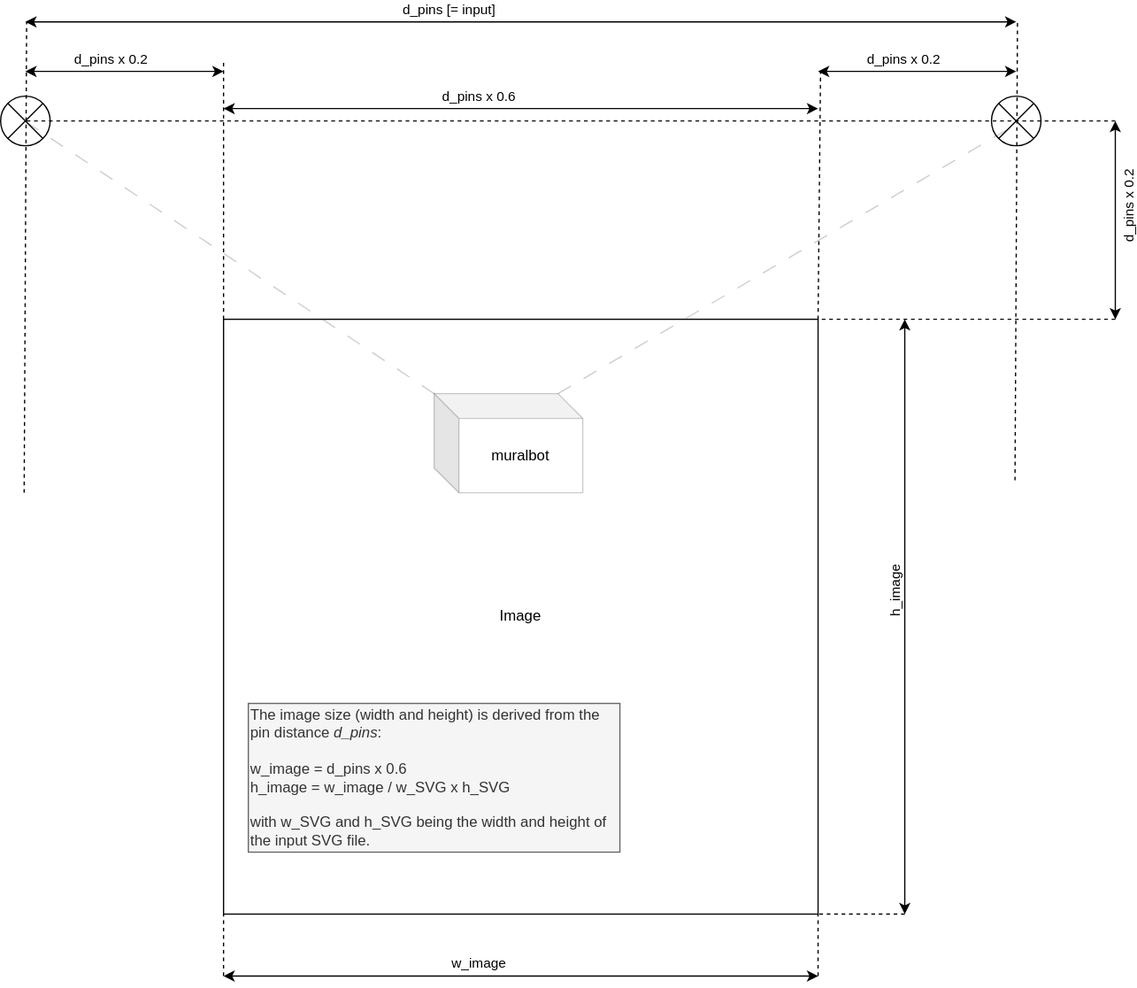
Earlier version of the draw.io export images/doc/muralbot_image_positioning.svg (nikivanov/mural). Source tidied: cells renumbered, new cells last; positions are measured from the earlier drawing's top-left corner, leaving out a move shared by most shapes.
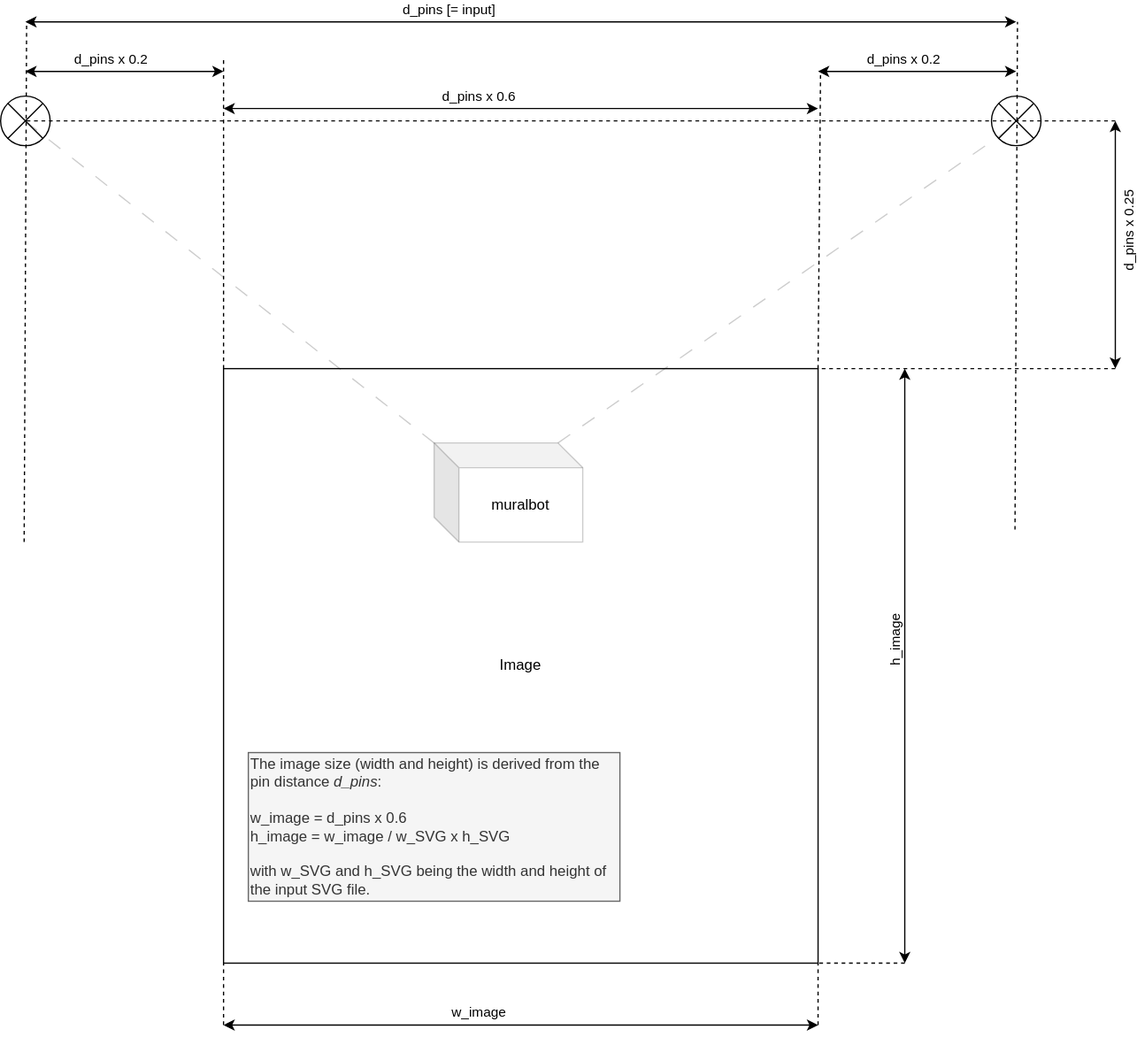
The same file after the commit.

The edit, as a diff of the source:
```diff
@@ -3,10 +3,10 @@
     <mxCell id="0" />
     <mxCell id="1" parent="0" />
     <mxCell id="2" style="shape=sumEllipse;perimeter=ellipsePerimeter;whiteSpace=wrap;html=1;backgroundOutline=1;" parent="1" vertex="1">
-      <mxGeometry y="60" width="40" height="40" as="geometry" />
+      <mxGeometry y="20" width="40" height="40" as="geometry" />
     </mxCell>
     <mxCell id="3" style="shape=sumEllipse;perimeter=ellipsePerimeter;whiteSpace=wrap;html=1;backgroundOutline=1;" parent="1" vertex="1">
-      <mxGeometry x="800" y="60" width="40" height="40" as="geometry" />
+      <mxGeometry x="800" y="20" width="40" height="40" as="geometry" />
     </mxCell>
     <mxCell id="4" value="Image" style="whiteSpace=wrap;html=1;" parent="1" vertex="1">
       <mxGeometry x="180" y="240" width="480" height="480" as="geometry" />
@@ -14,10 +14,10 @@
     <mxCell id="5" style="endArrow=classic;startArrow=classic;html=1;rounded=0;" parent="1" edge="1">
       <mxGeometry relative="1" as="geometry">
         <mxPoint x="900" y="240" as="sourcePoint" />
-        <mxPoint x="900" y="80" as="targetPoint" />
+        <mxPoint x="900" y="40" as="targetPoint" />
       </mxGeometry>
     </mxCell>
-    <mxCell id="6" value="d_pins x 0.2" style="edgeLabel;html=1;align=center;verticalAlign=middle;rotation=-90;" parent="5" vertex="1">
+    <mxCell id="6" value="d_pins x 0.25" style="edgeLabel;html=1;align=center;verticalAlign=middle;rotation=-90;" parent="5" vertex="1">
       <mxGeometry x="0.21" y="-1" relative="1" as="geometry">
         <mxPoint x="9" y="7" as="offset" />
       </mxGeometry>
@@ -36,8 +36,8 @@
     </mxCell>
     <mxCell id="11" style="endArrow=classic;startArrow=classic;html=1;rounded=0;" parent="1" edge="1">
       <mxGeometry relative="1" as="geometry">
-        <mxPoint x="20" as="sourcePoint" />
-        <mxPoint x="820" as="targetPoint" />
+        <mxPoint x="20" y="-40" as="sourcePoint" />
+        <mxPoint x="820" y="-40" as="targetPoint" />
       </mxGeometry>
     </mxCell>
     <mxCell id="12" value="d_pins [= input]" style="edgeLabel;html=1;align=center;verticalAlign=bottom;" parent="11" vertex="1">
@@ -45,8 +45,8 @@
     </mxCell>
     <mxCell id="13" style="endArrow=none;dashed=1;html=1;strokeWidth=1;rounded=0;" parent="1" edge="1">
       <mxGeometry relative="1" as="geometry">
-        <mxPoint x="900" y="80" as="sourcePoint" />
-        <mxPoint x="20" y="80" as="targetPoint" />
+        <mxPoint x="900" y="40" as="sourcePoint" />
+        <mxPoint x="20" y="40" as="targetPoint" />
       </mxGeometry>
     </mxCell>
     <mxCell id="14" style="endArrow=none;dashed=1;html=1;strokeWidth=1;rounded=0;entryX=1;entryY=0;entryDx=0;entryDy=0;" parent="1" edge="1" target="4">
@@ -57,18 +57,18 @@
     <mxCell id="15" style="endArrow=none;dashed=1;html=1;strokeWidth=1;rounded=0;entryX=0.55;entryY=0.5;entryDx=0;entryDy=0;entryPerimeter=0;" parent="1" edge="1">
       <mxGeometry relative="1" as="geometry">
         <mxPoint x="19" y="380" as="sourcePoint" />
-        <mxPoint x="21" as="targetPoint" />
+        <mxPoint x="21" y="-40" as="targetPoint" />
       </mxGeometry>
     </mxCell>
     <mxCell id="16" style="endArrow=none;dashed=1;html=1;strokeWidth=1;rounded=0;exitX=0;exitY=0;exitDx=0;exitDy=0;" parent="1" edge="1" source="4">
       <mxGeometry relative="1" as="geometry">
-        <mxPoint x="180" y="30" as="targetPoint" />
+        <mxPoint x="180" y="-10" as="targetPoint" />
       </mxGeometry>
     </mxCell>
     <mxCell id="17" style="endArrow=classic;startArrow=classic;html=1;rounded=0;" parent="1" edge="1">
       <mxGeometry relative="1" as="geometry">
-        <mxPoint x="20" y="40" as="sourcePoint" />
-        <mxPoint x="180" y="40" as="targetPoint" />
+        <mxPoint x="20" as="sourcePoint" />
+        <mxPoint x="180" as="targetPoint" />
       </mxGeometry>
     </mxCell>
     <mxCell id="18" value="d_pins x 0.2" style="edgeLabel;html=1;align=center;verticalAlign=bottom;" parent="17" vertex="1">
@@ -76,8 +76,8 @@
     </mxCell>
     <mxCell id="19" style="endArrow=classic;startArrow=classic;html=1;rounded=0;" parent="1" edge="1">
       <mxGeometry relative="1" as="geometry">
-        <mxPoint x="660" y="40" as="sourcePoint" />
-        <mxPoint x="820" y="40" as="targetPoint" />
+        <mxPoint x="660" as="sourcePoint" />
+        <mxPoint x="820" as="targetPoint" />
       </mxGeometry>
     </mxCell>
     <mxCell id="20" value="d_pins x 0.2" style="edgeLabel;html=1;align=center;verticalAlign=bottom;" parent="19" vertex="1">
@@ -86,19 +86,19 @@
     <mxCell id="21" style="endArrow=none;dashed=1;html=1;strokeWidth=1;rounded=0;entryX=0.55;entryY=0.5;entryDx=0;entryDy=0;entryPerimeter=0;" parent="1" edge="1">
       <mxGeometry relative="1" as="geometry">
         <mxPoint x="819" y="370" as="sourcePoint" />
-        <mxPoint x="821" as="targetPoint" />
+        <mxPoint x="821" y="-40" as="targetPoint" />
       </mxGeometry>
     </mxCell>
     <mxCell id="22" style="endArrow=none;dashed=1;html=1;strokeWidth=1;rounded=0;entryX=0.55;entryY=0.5;entryDx=0;entryDy=0;entryPerimeter=0;" parent="1" edge="1">
       <mxGeometry relative="1" as="geometry">
         <mxPoint x="660" y="240" as="sourcePoint" />
-        <mxPoint x="662" y="40" as="targetPoint" />
+        <mxPoint x="662" as="targetPoint" />
       </mxGeometry>
     </mxCell>
     <mxCell id="23" style="endArrow=classic;startArrow=classic;html=1;rounded=0;" parent="1" edge="1">
       <mxGeometry relative="1" as="geometry">
-        <mxPoint x="180" y="70" as="sourcePoint" />
-        <mxPoint x="660" y="70" as="targetPoint" />
+        <mxPoint x="180" y="30" as="sourcePoint" />
+        <mxPoint x="660" y="30" as="targetPoint" />
       </mxGeometry>
     </mxCell>
     <mxCell id="24" value="d_pins x 0.6" style="edgeLabel;html=1;align=center;verticalAlign=bottom;" parent="23" vertex="1">
```
